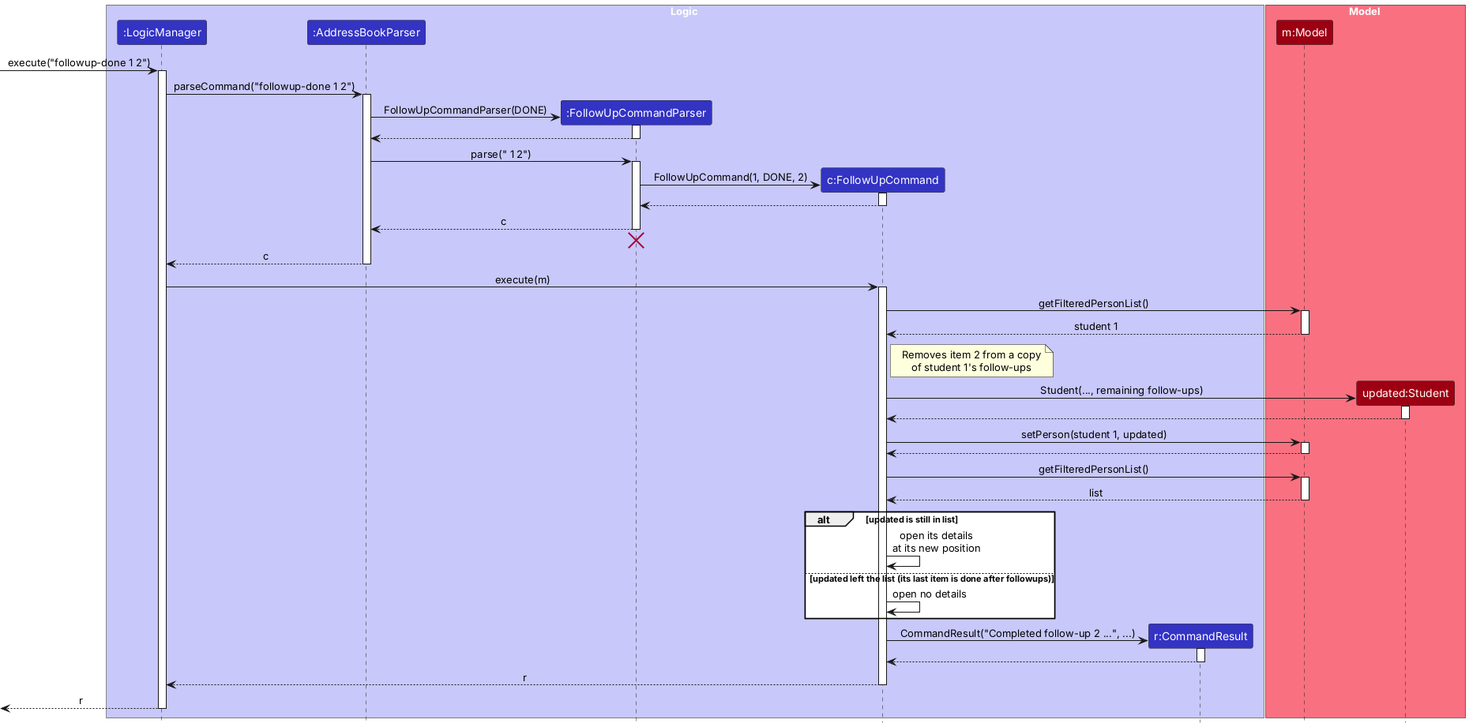
Earlier version of the PlantUML export docs/images/FollowUpDoneSequenceDiagram.png (AY2627S1-CS2103T-F13-4/tp). The source it was exported from:
```plantuml
@startuml
!include style.puml
skinparam ArrowFontStyle plain

box Logic LOGIC_COLOR_T1
participant ":LogicManager" as LogicManager LOGIC_COLOR
participant ":AddressBookParser" as AddressBookParser LOGIC_COLOR
participant ":FollowUpCommandParser" as FollowUpCommandParser LOGIC_COLOR
participant "c:FollowUpCommand" as FollowUpCommand LOGIC_COLOR
participant "r:CommandResult" as CommandResult LOGIC_COLOR
end box

box Model MODEL_COLOR_T1
participant "m:Model" as Model MODEL_COLOR
participant "updated:Student" as Student MODEL_COLOR
end box

[-> LogicManager : execute("followup-done 1 2")
activate LogicManager

LogicManager -> AddressBookParser : parseCommand("followup-done 1 2")
activate AddressBookParser

create FollowUpCommandParser
AddressBookParser -> FollowUpCommandParser : FollowUpCommandParser(DONE)
activate FollowUpCommandParser
FollowUpCommandParser --> AddressBookParser
deactivate FollowUpCommandParser

AddressBookParser -> FollowUpCommandParser : parse(" 1 2")
activate FollowUpCommandParser

create FollowUpCommand
FollowUpCommandParser -> FollowUpCommand : FollowUpCommand(1, DONE, 2)
activate FollowUpCommand
FollowUpCommand --> FollowUpCommandParser
deactivate FollowUpCommand

FollowUpCommandParser --> AddressBookParser : c
deactivate FollowUpCommandParser
FollowUpCommandParser -[hidden]-> AddressBookParser
destroy FollowUpCommandParser

AddressBookParser --> LogicManager : c
deactivate AddressBookParser

LogicManager -> FollowUpCommand : execute(m)
activate FollowUpCommand

FollowUpCommand -> Model : getFilteredPersonList()
activate Model
Model --> FollowUpCommand : student 1
deactivate Model

note right of FollowUpCommand
  Removes item 2 from a copy
  of student 1's follow-ups
end note

create Student
FollowUpCommand -> Student : Student(..., remaining follow-ups)
activate Student
Student --> FollowUpCommand
deactivate Student

FollowUpCommand -> Model : setPerson(student 1, updated)
activate Model
Model --> FollowUpCommand
deactivate Model

FollowUpCommand -> Model : getFilteredPersonList()
activate Model
Model --> FollowUpCommand : list
deactivate Model

alt updated is still in list
    FollowUpCommand -> FollowUpCommand : open its details\nat its new position
else updated left the list (its last item is done after followups)
    FollowUpCommand -> FollowUpCommand : open no details
end

create CommandResult
FollowUpCommand -> CommandResult : CommandResult("Completed follow-up 2 ...", ...)
activate CommandResult
CommandResult --> FollowUpCommand
deactivate CommandResult

FollowUpCommand --> LogicManager : r
deactivate FollowUpCommand

[<-- LogicManager : r
deactivate LogicManager
@enduml
```
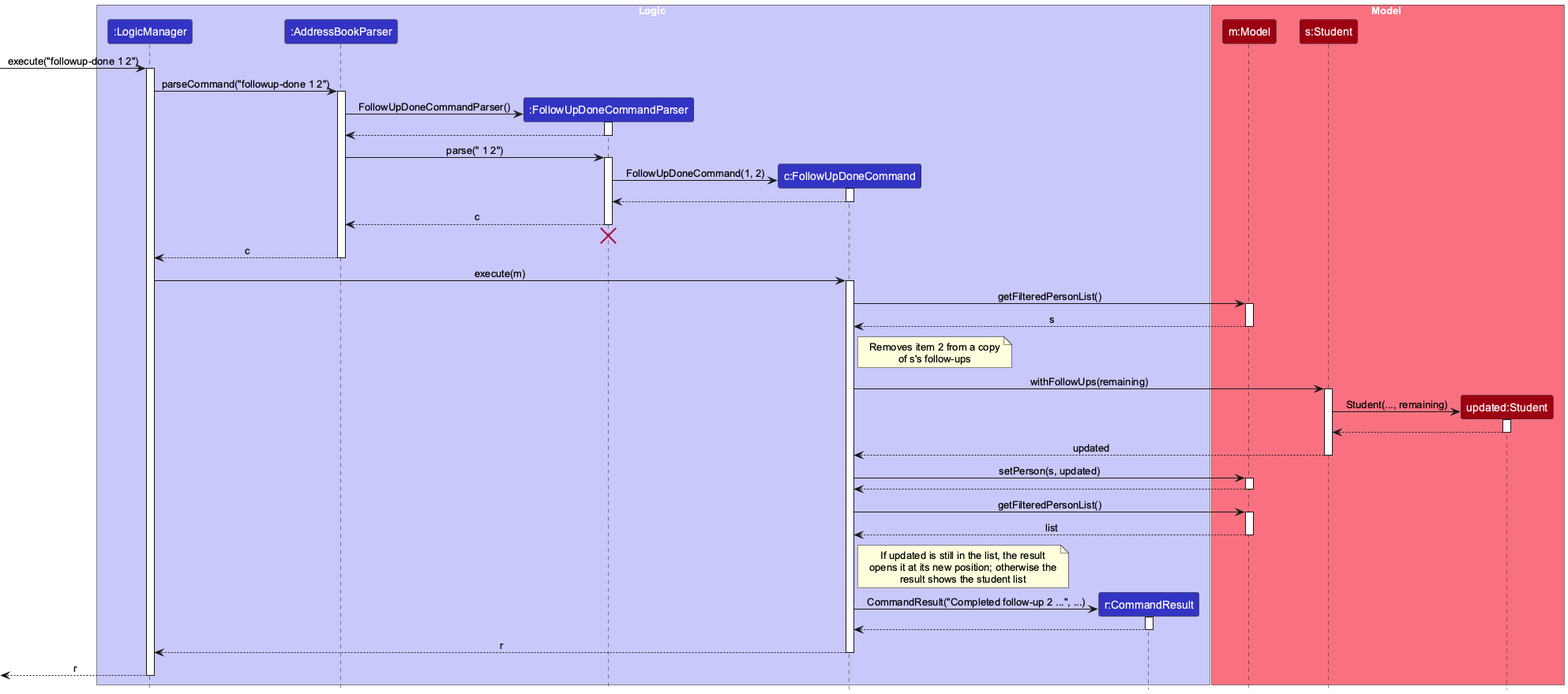
Later version of the same file.

What changed in the source:
```diff
@@ -1,17 +1,19 @@
 @startuml
+skinparamlocked defaultFontName Arial
 !include style.puml
 skinparam ArrowFontStyle plain
 
 box Logic LOGIC_COLOR_T1
 participant ":LogicManager" as LogicManager LOGIC_COLOR
 participant ":AddressBookParser" as AddressBookParser LOGIC_COLOR
-participant ":FollowUpCommandParser" as FollowUpCommandParser LOGIC_COLOR
-participant "c:FollowUpCommand" as FollowUpCommand LOGIC_COLOR
+participant ":FollowUpDoneCommandParser" as FollowUpDoneCommandParser LOGIC_COLOR
+participant "c:FollowUpDoneCommand" as FollowUpDoneCommand LOGIC_COLOR
 participant "r:CommandResult" as CommandResult LOGIC_COLOR
 end box
 
 box Model MODEL_COLOR_T1
 participant "m:Model" as Model MODEL_COLOR
+participant "s:Student" as OldStudent MODEL_COLOR
 participant "updated:Student" as Student MODEL_COLOR
 end box
 
@@ -21,72 +23,76 @@
 LogicManager -> AddressBookParser : parseCommand("followup-done 1 2")
 activate AddressBookParser
 
-create FollowUpCommandParser
-AddressBookParser -> FollowUpCommandParser : FollowUpCommandParser(DONE)
-activate FollowUpCommandParser
-FollowUpCommandParser --> AddressBookParser
-deactivate FollowUpCommandParser
+create FollowUpDoneCommandParser
+AddressBookParser -> FollowUpDoneCommandParser : FollowUpDoneCommandParser()
+activate FollowUpDoneCommandParser
+FollowUpDoneCommandParser --> AddressBookParser
+deactivate FollowUpDoneCommandParser
 
-AddressBookParser -> FollowUpCommandParser : parse(" 1 2")
-activate FollowUpCommandParser
+AddressBookParser -> FollowUpDoneCommandParser : parse(" 1 2")
+activate FollowUpDoneCommandParser
 
-create FollowUpCommand
-FollowUpCommandParser -> FollowUpCommand : FollowUpCommand(1, DONE, 2)
-activate FollowUpCommand
-FollowUpCommand --> FollowUpCommandParser
-deactivate FollowUpCommand
+create FollowUpDoneCommand
+FollowUpDoneCommandParser -> FollowUpDoneCommand : FollowUpDoneCommand(1, 2)
+activate FollowUpDoneCommand
+FollowUpDoneCommand --> FollowUpDoneCommandParser
+deactivate FollowUpDoneCommand
 
-FollowUpCommandParser --> AddressBookParser : c
-deactivate FollowUpCommandParser
-FollowUpCommandParser -[hidden]-> AddressBookParser
-destroy FollowUpCommandParser
+FollowUpDoneCommandParser --> AddressBookParser : c
+deactivate FollowUpDoneCommandParser
+FollowUpDoneCommandParser -[hidden]-> AddressBookParser
+destroy FollowUpDoneCommandParser
 
 AddressBookParser --> LogicManager : c
 deactivate AddressBookParser
 
-LogicManager -> FollowUpCommand : execute(m)
-activate FollowUpCommand
+LogicManager -> FollowUpDoneCommand : execute(m)
+activate FollowUpDoneCommand
 
-FollowUpCommand -> Model : getFilteredPersonList()
+FollowUpDoneCommand -> Model : getFilteredPersonList()
 activate Model
-Model --> FollowUpCommand : student 1
+Model --> FollowUpDoneCommand : s
 deactivate Model
 
-note right of FollowUpCommand
+note right of FollowUpDoneCommand
   Removes item 2 from a copy
-  of student 1's follow-ups
+  of s's follow-ups
 end note
 
+FollowUpDoneCommand -> OldStudent : withFollowUps(remaining)
+activate OldStudent
 create Student
-FollowUpCommand -> Student : Student(..., remaining follow-ups)
+OldStudent -> Student : Student(..., remaining)
 activate Student
-Student --> FollowUpCommand
+Student --> OldStudent
 deactivate Student
+OldStudent --> FollowUpDoneCommand : updated
+deactivate OldStudent
 
-FollowUpCommand -> Model : setPerson(student 1, updated)
+FollowUpDoneCommand -> Model : setPerson(s, updated)
 activate Model
-Model --> FollowUpCommand
+Model --> FollowUpDoneCommand
 deactivate Model
 
-FollowUpCommand -> Model : getFilteredPersonList()
+FollowUpDoneCommand -> Model : getFilteredPersonList()
 activate Model
-Model --> FollowUpCommand : list
+Model --> FollowUpDoneCommand : list
 deactivate Model
 
-alt updated is still in list
-    FollowUpCommand -> FollowUpCommand : open its details\nat its new position
-else updated left the list (its last item is done after followups)
-    FollowUpCommand -> FollowUpCommand : open no details
-end
+note right of FollowUpDoneCommand
+  If updated is still in the list, the result
+  opens it at its new position; otherwise the
+  result shows the student list
+end note
 
 create CommandResult
-FollowUpCommand -> CommandResult : CommandResult("Completed follow-up 2 ...", ...)
+FollowUpDoneCommand -> CommandResult : CommandResult("Completed follow-up 2 ...", ...)
 activate CommandResult
-CommandResult --> FollowUpCommand
+CommandResult --> FollowUpDoneCommand
 deactivate CommandResult
 
-FollowUpCommand --> LogicManager : r
-deactivate FollowUpCommand
+FollowUpDoneCommand --> LogicManager : r
+deactivate FollowUpDoneCommand
 
 [<-- LogicManager : r
 deactivate LogicManager
```
